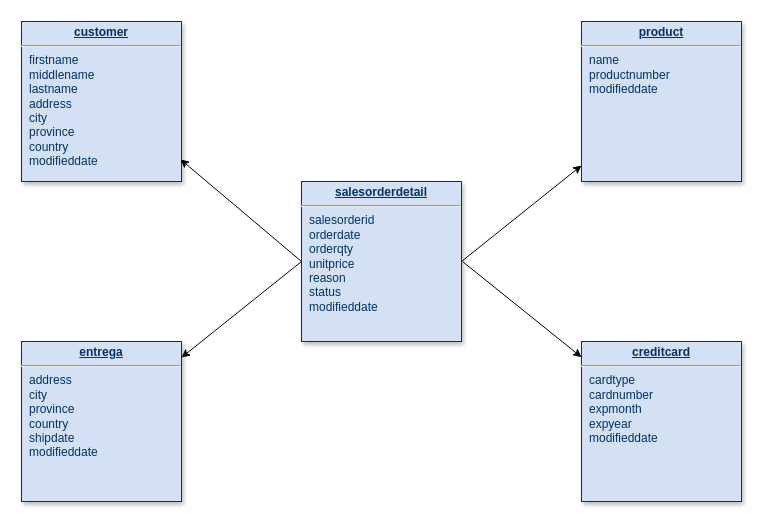
Before: ModeloConceitualDW.drawio in lenowds/adventureworks-indicium, a draw.io diagram. Source tidied: cells renumbered, new cells numbered last; positions are measured from the earlier drawing's top-left corner, leaving out a move shared by most shapes. Both pictures are drawn from the tidied source at 100%, with x=0, y=0 at pixel (21, 21).
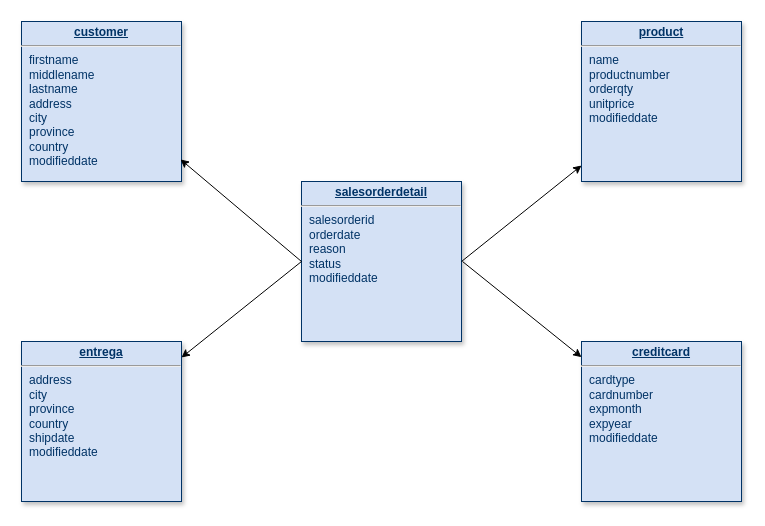
The same diagram, later.

Commit message:
removido os atributos orderdty e unitprice da dimensão salesorderdetail e atribuido à dimensão product

What changed in the source:
```diff
@@
 <mxGraphModel background="#ffffff">
   <root>
     <mxCell id="0" />
     <mxCell id="1" parent="0" />
-    <mxCell id="2" value="&lt;p style=&quot;margin: 0px ; margin-top: 4px ; text-align: center ; text-decoration: underline&quot;&gt;&lt;b&gt;salesorderdetail&lt;/b&gt;&lt;/p&gt;&lt;hr&gt;&lt;p style=&quot;margin: 0px ; margin-left: 8px&quot;&gt;salesorderid&lt;/p&gt;&lt;p style=&quot;margin: 0px ; margin-left: 8px&quot;&gt;orderdate&lt;/p&gt;&lt;p style=&quot;margin: 0px ; margin-left: 8px&quot;&gt;orderqty&lt;/p&gt;&lt;p style=&quot;margin: 0px ; margin-left: 8px&quot;&gt;unitprice&lt;/p&gt;&lt;p style=&quot;margin: 0px ; margin-left: 8px&quot;&gt;reason&lt;/p&gt;&lt;p style=&quot;margin: 0px ; margin-left: 8px&quot;&gt;status&lt;/p&gt;&lt;p style=&quot;margin: 0px ; margin-left: 8px&quot;&gt;modifieddate&lt;/p&gt;&lt;p style=&quot;margin: 0px ; margin-left: 8px&quot;&gt;&lt;br&gt;&lt;/p&gt;" style="verticalAlign=top;align=left;overflow=fill;fontSize=12;fontFamily=Helvetica;html=1;strokeColor=#003366;shadow=1;fillColor=#D4E1F5;fontColor=#003366;" parent="1" vertex="1">
+    <mxCell id="2" value="&lt;p style=&quot;margin: 0px ; margin-top: 4px ; text-align: center ; text-decoration: underline&quot;&gt;&lt;b&gt;salesorderdetail&lt;/b&gt;&lt;/p&gt;&lt;hr&gt;&lt;p style=&quot;margin: 0px ; margin-left: 8px&quot;&gt;salesorderid&lt;/p&gt;&lt;p style=&quot;margin: 0px ; margin-left: 8px&quot;&gt;orderdate&lt;/p&gt;&lt;p style=&quot;margin: 0px ; margin-left: 8px&quot;&gt;reason&lt;/p&gt;&lt;p style=&quot;margin: 0px ; margin-left: 8px&quot;&gt;status&lt;/p&gt;&lt;p style=&quot;margin: 0px ; margin-left: 8px&quot;&gt;modifieddate&lt;/p&gt;&lt;p style=&quot;margin: 0px ; margin-left: 8px&quot;&gt;&lt;br&gt;&lt;/p&gt;" style="verticalAlign=top;align=left;overflow=fill;fontSize=12;fontFamily=Helvetica;html=1;strokeColor=#003366;shadow=1;fillColor=#D4E1F5;fontColor=#003366;" parent="1" vertex="1">
       <mxGeometry x="280" y="160" width="160" height="160" as="geometry" />
     </mxCell>
-    <mxCell id="3" value="&lt;p style=&quot;margin: 0px ; margin-top: 4px ; text-align: center ; text-decoration: underline&quot;&gt;&lt;b&gt;product&lt;/b&gt;&lt;/p&gt;&lt;hr&gt;&lt;p style=&quot;margin: 0px ; margin-left: 8px&quot;&gt;name&lt;/p&gt;&lt;p style=&quot;margin: 0px ; margin-left: 8px&quot;&gt;productnumber&lt;/p&gt;&lt;p style=&quot;margin: 0px ; margin-left: 8px&quot;&gt;modifieddate&lt;/p&gt;" style="verticalAlign=top;align=left;overflow=fill;fontSize=12;fontFamily=Helvetica;html=1;strokeColor=#003366;shadow=1;fillColor=#D4E1F5;fontColor=#003366;" parent="1" vertex="1">
+    <mxCell id="3" value="&lt;p style=&quot;margin: 0px ; margin-top: 4px ; text-align: center ; text-decoration: underline&quot;&gt;&lt;b&gt;product&lt;/b&gt;&lt;/p&gt;&lt;hr&gt;&lt;p style=&quot;margin: 0px ; margin-left: 8px&quot;&gt;name&lt;/p&gt;&lt;p style=&quot;margin: 0px ; margin-left: 8px&quot;&gt;productnumber&lt;/p&gt;&lt;p style=&quot;margin: 0px ; margin-left: 8px&quot;&gt;orderqty&lt;/p&gt;&lt;p style=&quot;margin: 0px ; margin-left: 8px&quot;&gt;unitprice&lt;/p&gt;&lt;p style=&quot;margin: 0px ; margin-left: 8px&quot;&gt;modifieddate&lt;/p&gt;" style="verticalAlign=top;align=left;overflow=fill;fontSize=12;fontFamily=Helvetica;html=1;strokeColor=#003366;shadow=1;fillColor=#D4E1F5;fontColor=#003366;" parent="1" vertex="1">
       <mxGeometry x="560" width="160" height="160" as="geometry" />
     </mxCell>
     <mxCell id="4" value="&lt;p style=&quot;margin: 0px ; margin-top: 4px ; text-align: center ; text-decoration: underline&quot;&gt;&lt;b&gt;creditcard&lt;/b&gt;&lt;/p&gt;&lt;hr&gt;&lt;p style=&quot;margin: 0px ; margin-left: 8px&quot;&gt;cardtype&lt;/p&gt;&lt;p style=&quot;margin: 0px ; margin-left: 8px&quot;&gt;cardnumber&lt;/p&gt;&lt;p style=&quot;margin: 0px ; margin-left: 8px&quot;&gt;expmonth&lt;/p&gt;&lt;p style=&quot;margin: 0px ; margin-left: 8px&quot;&gt;expyear&lt;/p&gt;&lt;p style=&quot;margin: 0px ; margin-left: 8px&quot;&gt;modifieddate&lt;br&gt;&lt;/p&gt;" style="verticalAlign=top;align=left;overflow=fill;fontSize=12;fontFamily=Helvetica;html=1;strokeColor=#003366;shadow=1;fillColor=#D4E1F5;fontColor=#003366;" parent="1" vertex="1">
       <mxGeometry x="560" y="320" width="160" height="160" as="geometry" />
     </mxCell>
     <mxCell id="5" value="&lt;p style=&quot;margin: 0px ; margin-top: 4px ; text-align: center ; text-decoration: underline&quot;&gt;&lt;b&gt;customer&lt;/b&gt;&lt;/p&gt;&lt;hr&gt;&lt;p style=&quot;margin: 0px ; margin-left: 8px&quot;&gt;firstname&lt;/p&gt;&lt;p style=&quot;margin: 0px ; margin-left: 8px&quot;&gt;middlename&lt;/p&gt;&lt;p style=&quot;margin: 0px ; margin-left: 8px&quot;&gt;lastname&lt;/p&gt;&lt;p style=&quot;margin: 0px ; margin-left: 8px&quot;&gt;address&lt;/p&gt;&lt;p style=&quot;margin: 0px ; margin-left: 8px&quot;&gt;city&lt;/p&gt;&lt;p style=&quot;margin: 0px ; margin-left: 8px&quot;&gt;province&lt;/p&gt;&lt;p style=&quot;margin: 0px ; margin-left: 8px&quot;&gt;country&lt;/p&gt;&lt;p style=&quot;margin: 0px ; margin-left: 8px&quot;&gt;modifieddate&lt;/p&gt;&lt;p style=&quot;margin: 0px ; margin-left: 8px&quot;&gt;&lt;br&gt;&lt;/p&gt;" style="verticalAlign=top;align=left;overflow=fill;fontSize=12;fontFamily=Helvetica;html=1;strokeColor=#003366;shadow=1;fillColor=#D4E1F5;fontColor=#003366;" parent="1" vertex="1">
       <mxGeometry width="160" height="160" as="geometry" />
     </mxCell>
     <mxCell id="6" style="endArrow=classic;html=1;exitX=1;exitY=0.5;exitDx=0;exitDy=0;" parent="1" edge="1" source="2" target="3">
       <mxGeometry relative="1" as="geometry" />
     </mxCell>
     <mxCell id="7" style="endArrow=classic;html=1;" parent="1" edge="1" target="4">
       <mxGeometry relative="1" as="geometry">
         <mxPoint x="441" y="240" as="sourcePoint" />
       </mxGeometry>
     </mxCell>
     <mxCell id="8" style="endArrow=classic;html=1;entryX=0.994;entryY=0.862;entryDx=0;entryDy=0;entryPerimeter=0;exitX=0;exitY=0.5;exitDx=0;exitDy=0;" parent="1" edge="1" source="2" target="5">
       <mxGeometry relative="1" as="geometry" />
     </mxCell>
     <mxCell id="9" value="&lt;p style=&quot;margin: 0px ; margin-top: 4px ; text-align: center ; text-decoration: underline&quot;&gt;&lt;b&gt;entrega&lt;/b&gt;&lt;/p&gt;&lt;hr&gt;&lt;p style=&quot;margin: 0px ; margin-left: 8px&quot;&gt;&lt;span&gt;address&lt;/span&gt;&lt;br&gt;&lt;/p&gt;&lt;p style=&quot;margin: 0px ; margin-left: 8px&quot;&gt;city&lt;/p&gt;&lt;p style=&quot;margin: 0px ; margin-left: 8px&quot;&gt;province&lt;/p&gt;&lt;p style=&quot;margin: 0px ; margin-left: 8px&quot;&gt;country&lt;/p&gt;&lt;p style=&quot;margin: 0px ; margin-left: 8px&quot;&gt;shipdate&lt;/p&gt;&lt;p style=&quot;margin: 0px ; margin-left: 8px&quot;&gt;modifieddate&lt;/p&gt;&lt;p style=&quot;margin: 0px ; margin-left: 8px&quot;&gt;&lt;br&gt;&lt;/p&gt;" style="verticalAlign=top;align=left;overflow=fill;fontSize=12;fontFamily=Helvetica;html=1;strokeColor=#003366;shadow=1;fillColor=#D4E1F5;fontColor=#003366;" parent="1" vertex="1">
       <mxGeometry y="320" width="160" height="160" as="geometry" />
     </mxCell>
     <mxCell id="10" style="endArrow=classic;html=1;exitX=0;exitY=0.5;exitDx=0;exitDy=0;" parent="1" edge="1" source="2" target="9">
       <mxGeometry relative="1" as="geometry" />
     </mxCell>
   </root>
 </mxGraphModel>
```
